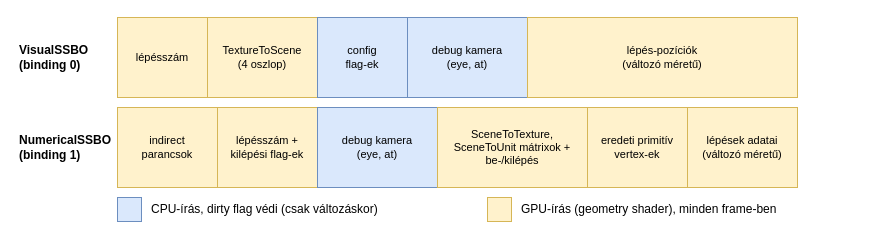
Before: docs/diagrams/DebugSystem_BufferLayout.drawio in bbalazs2002/ConeStepMapping_thesis, a draw.io diagram. Source tidied: cells renumbered, new cells numbered last; positions are measured from the earlier drawing's top-left corner, leaving out a move shared by most shapes. Both pictures are drawn from the tidied source at 100%, with x=0, y=0 at pixel (17, 17).
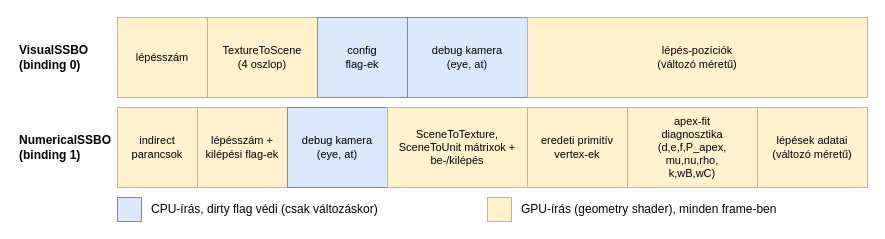
Above is the later version.

Change to the diagram source:
```diff
@@
 <mxGraphModel>
   <root>
     <mxCell id="0" />
     <mxCell id="1" parent="0" />
     <mxCell id="2" value="VisualSSBO&lt;br&gt;(binding 0)" style="text;html=1;align=left;verticalAlign=middle;fontSize=12;fontStyle=1;" parent="1" vertex="1">
       <mxGeometry width="80" height="80" as="geometry" />
     </mxCell>
     <mxCell id="3" value="NumericalSSBO&lt;br&gt;(binding 1)" style="text;html=1;align=left;verticalAlign=middle;fontSize=12;fontStyle=1;" parent="1" vertex="1">
       <mxGeometry y="90" width="100" height="80" as="geometry" />
     </mxCell>
     <mxCell id="4" value="lépésszám" style="rounded=0;whiteSpace=wrap;html=1;fillColor=#fff2cc;strokeColor=#d6b656;fontSize=11;verticalAlign=middle;align=center;" parent="1" vertex="1">
       <mxGeometry x="100" width="90" height="80" as="geometry" />
     </mxCell>
     <mxCell id="5" value="TextureToScene&lt;br&gt;(4 oszlop)" style="rounded=0;whiteSpace=wrap;html=1;fillColor=#fff2cc;strokeColor=#d6b656;fontSize=11;verticalAlign=middle;align=center;" parent="1" vertex="1">
       <mxGeometry x="190" width="110" height="80" as="geometry" />
     </mxCell>
     <mxCell id="6" value="config&#10;flag-ek" style="rounded=0;whiteSpace=wrap;html=1;fillColor=#dae8fc;strokeColor=#6c8ebf;fontSize=11;verticalAlign=middle;align=center;" parent="1" vertex="1">
       <mxGeometry x="300" width="90" height="80" as="geometry" />
     </mxCell>
     <mxCell id="7" value="debug kamera&#10;(eye, at)" style="rounded=0;whiteSpace=wrap;html=1;fillColor=#dae8fc;strokeColor=#6c8ebf;fontSize=11;verticalAlign=middle;align=center;" parent="1" vertex="1">
       <mxGeometry x="390" width="120" height="80" as="geometry" />
     </mxCell>
     <mxCell id="8" value="lépés-pozíciók&#10;(változó méretű)" style="rounded=0;whiteSpace=wrap;html=1;fillColor=#fff2cc;strokeColor=#d6b656;fontSize=11;verticalAlign=middle;align=center;" parent="1" vertex="1">
-      <mxGeometry x="510" width="270" height="80" as="geometry" />
+      <mxGeometry x="510" width="340" height="80" as="geometry" />
     </mxCell>
     <mxCell id="9" value="indirect&#10;parancsok" style="rounded=0;whiteSpace=wrap;html=1;fillColor=#fff2cc;strokeColor=#d6b656;fontSize=11;verticalAlign=middle;align=center;" parent="1" vertex="1">
-      <mxGeometry x="100" y="90" width="100" height="80" as="geometry" />
+      <mxGeometry x="100" y="90" width="80" height="80" as="geometry" />
     </mxCell>
     <mxCell id="10" value="lépésszám +&lt;br&gt;kilépési&amp;nbsp;flag-ek" style="rounded=0;whiteSpace=wrap;html=1;fillColor=#fff2cc;strokeColor=#d6b656;fontSize=11;verticalAlign=middle;align=center;" parent="1" vertex="1">
-      <mxGeometry x="200" y="90" width="100" height="80" as="geometry" />
+      <mxGeometry x="180" y="90" width="90" height="80" as="geometry" />
     </mxCell>
     <mxCell id="11" value="debug kamera&#10;(eye, at)" style="rounded=0;whiteSpace=wrap;html=1;fillColor=#dae8fc;strokeColor=#6c8ebf;fontSize=11;verticalAlign=middle;align=center;" parent="1" vertex="1">
-      <mxGeometry x="300" y="90" width="120" height="80" as="geometry" />
+      <mxGeometry x="270" y="90" width="100" height="80" as="geometry" />
     </mxCell>
     <mxCell id="12" value="SceneToTexture,&lt;div&gt;SceneToUnit mátrixok +&lt;br&gt;be-/kilépés&lt;/div&gt;" style="rounded=0;whiteSpace=wrap;html=1;fillColor=#fff2cc;strokeColor=#d6b656;fontSize=11;verticalAlign=middle;align=center;" parent="1" vertex="1">
-      <mxGeometry x="420" y="90" width="150" height="80" as="geometry" />
+      <mxGeometry x="370" y="90" width="140" height="80" as="geometry" />
     </mxCell>
     <mxCell id="13" value="eredeti primitív&lt;br&gt;vertex-ek" style="rounded=0;whiteSpace=wrap;html=1;fillColor=#fff2cc;strokeColor=#d6b656;fontSize=11;verticalAlign=middle;align=center;" parent="1" vertex="1">
-      <mxGeometry x="570" y="90" width="100" height="80" as="geometry" />
+      <mxGeometry x="510" y="90" width="100" height="80" as="geometry" />
     </mxCell>
+    <mxCell id="19" value="apex-fit&#10;diagnosztika&#10;(d,e,f,P_apex,&#10;mu,nu,rho,&#10;k,wB,wC)" style="rounded=0;whiteSpace=wrap;html=1;fillColor=#fff2cc;strokeColor=#d6b656;fontSize=11;verticalAlign=middle;align=center;" parent="1" vertex="1">
+      <mxGeometry x="610" y="90" width="130" height="80" as="geometry" />
+    </mxCell>
     <mxCell id="14" value="lépések adatai&#10;(változó méretű)" style="rounded=0;whiteSpace=wrap;html=1;fillColor=#fff2cc;strokeColor=#d6b656;fontSize=11;verticalAlign=middle;align=center;" parent="1" vertex="1">
-      <mxGeometry x="670" y="90" width="110" height="80" as="geometry" />
+      <mxGeometry x="740" y="90" width="110" height="80" as="geometry" />
     </mxCell>
     <mxCell id="15" style="rounded=0;whiteSpace=wrap;html=1;fillColor=#dae8fc;strokeColor=#6c8ebf;" parent="1" vertex="1">
       <mxGeometry x="100" y="180" width="24" height="24" as="geometry" />
     </mxCell>
     <mxCell id="16" value="CPU-írás, dirty flag védi (csak változáskor)" style="text;html=1;align=left;verticalAlign=middle;fontSize=12;" parent="1" vertex="1">
       <mxGeometry x="132" y="180" width="330" height="24" as="geometry" />
     </mxCell>
     <mxCell id="17" style="rounded=0;whiteSpace=wrap;html=1;fillColor=#fff2cc;strokeColor=#d6b656;" parent="1" vertex="1">
       <mxGeometry x="470" y="180" width="24" height="24" as="geometry" />
     </mxCell>
     <mxCell id="18" value="GPU-írás (geometry shader), minden frame-ben" style="text;html=1;align=left;verticalAlign=middle;fontSize=12;" parent="1" vertex="1">
       <mxGeometry x="502" y="180" width="278" height="24" as="geometry" />
     </mxCell>
   </root>
 </mxGraphModel>
```
